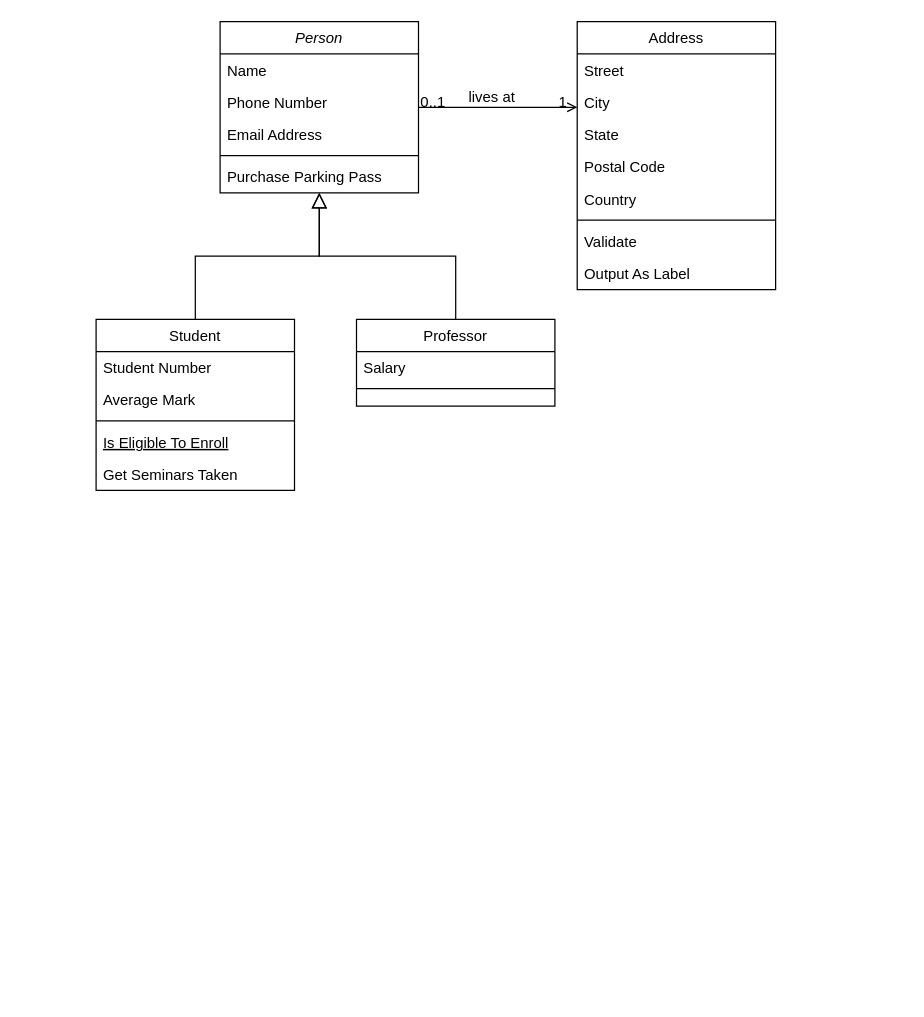
The draw.io diagram Desafio-Iphone-Interface-UML/Diagrama sem nome.drawio in eujacksonsales/dio-desafio-java-basico, before the edit. Source tidied: cells renumbered, new cells numbered last; positions are measured from the earlier drawing's top-left corner, leaving out a move shared by most shapes. Both pictures are drawn from the tidied source at 124%, with x=0, y=0 at pixel (95, 21).
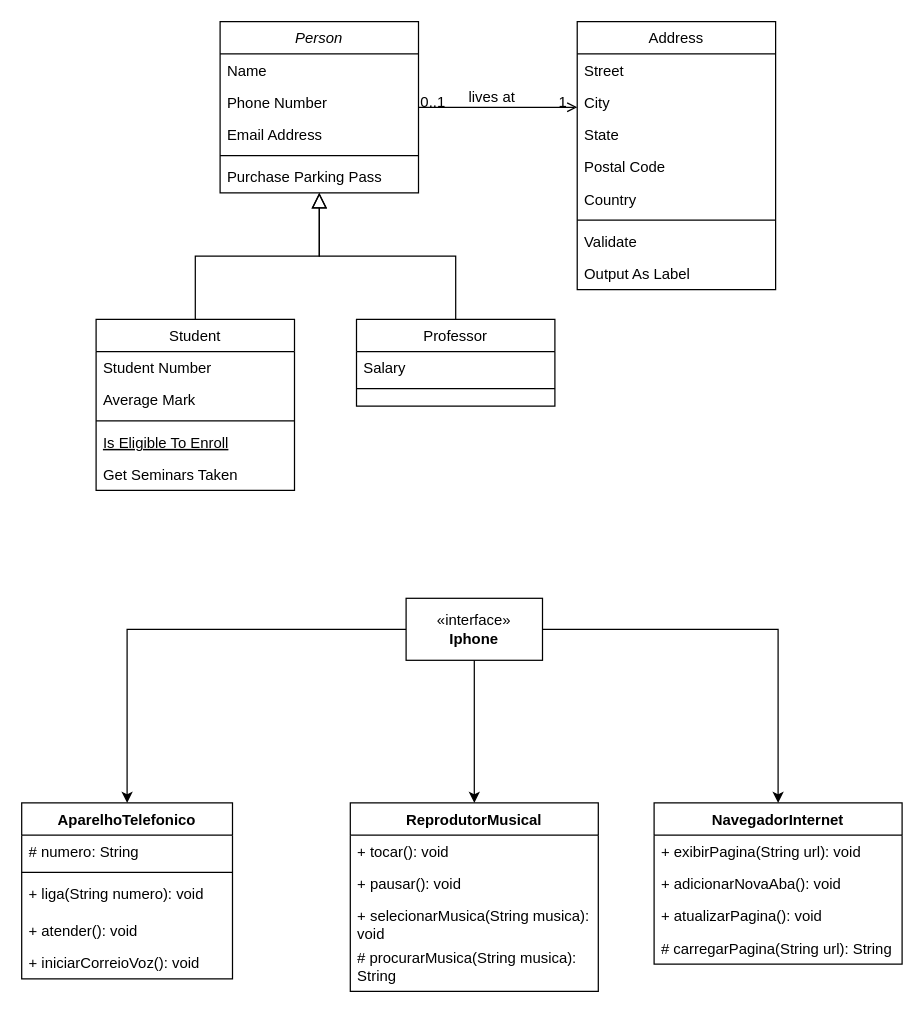
After the change.

Diff of the diagram source:
```diff
@@
+    <mxCell id="32" style="edgeStyle=orthogonalEdgeStyle;rounded=0;jettySize=auto;html=1;entryX=0.5;entryY=0;entryDx=0;entryDy=0;" parent="1" edge="1" source="35" target="41">
+      <mxGeometry relative="1" as="geometry" />
+    </mxCell>
+    <mxCell id="33" style="edgeStyle=orthogonalEdgeStyle;rounded=0;jettySize=auto;html=1;exitX=0.5;exitY=1;exitDx=0;exitDy=0;entryX=0.5;entryY=0;entryDx=0;entryDy=0;" parent="1" edge="1" source="35" target="36">
+      <mxGeometry relative="1" as="geometry" />
+    </mxCell>
+    <mxCell id="34" style="edgeStyle=orthogonalEdgeStyle;rounded=0;jettySize=auto;html=1;exitX=1;exitY=0.5;exitDx=0;exitDy=0;entryX=0.5;entryY=0;entryDx=0;entryDy=0;" parent="1" edge="1" source="35" target="47">
+      <mxGeometry relative="1" as="geometry" />
+    </mxCell>
+    <mxCell id="35" value="«interface»&lt;br&gt;&lt;b&gt;Iphone&lt;/b&gt;" style="html=1;whiteSpace=wrap;" parent="1" vertex="1">
+      <mxGeometry x="250" y="465" width="110" height="50" as="geometry" />
+    </mxCell>
+    <mxCell id="36" value="ReprodutorMusical" style="swimlane;fontStyle=1;align=center;verticalAlign=top;horizontal=1;startSize=26;whiteSpace=wrap;html=1;" parent="1" vertex="1">
+      <mxGeometry x="205" y="630" width="200" height="152" as="geometry" />
+    </mxCell>
+    <mxCell id="37" value="+ tocar(): void" style="text;strokeColor=none;fillColor=none;align=left;verticalAlign=top;spacingLeft=4;spacingRight=4;overflow=hidden;whiteSpace=wrap;html=1;" parent="36" vertex="1">
+      <mxGeometry y="26" width="200" height="26" as="geometry" />
+    </mxCell>
+    <mxCell id="38" value="+ pausar(): void" style="text;strokeColor=none;fillColor=none;align=left;verticalAlign=top;spacingLeft=4;spacingRight=4;overflow=hidden;whiteSpace=wrap;html=1;" parent="36" vertex="1">
+      <mxGeometry y="52" width="200" height="26" as="geometry" />
+    </mxCell>
+    <mxCell id="39" value="+ selecionarMusica(String musica): void" style="text;strokeColor=none;fillColor=none;align=left;verticalAlign=top;spacingLeft=4;spacingRight=4;overflow=hidden;whiteSpace=wrap;html=1;" parent="36" vertex="1">
+      <mxGeometry y="78" width="200" height="34" as="geometry" />
+    </mxCell>
+    <mxCell id="40" value="# procurarMusica(String musica): String" style="text;strokeColor=none;fillColor=none;align=left;verticalAlign=top;spacingLeft=4;spacingRight=4;overflow=hidden;whiteSpace=wrap;html=1;" parent="36" vertex="1">
+      <mxGeometry y="112" width="200" height="40" as="geometry" />
+    </mxCell>
+    <mxCell id="41" value="AparelhoTelefonico" style="swimlane;fontStyle=1;align=center;verticalAlign=top;horizontal=1;startSize=26;whiteSpace=wrap;html=1;" parent="1" vertex="1">
+      <mxGeometry x="-60" y="630" width="170" height="142" as="geometry" />
+    </mxCell>
+    <mxCell id="42" value="# numero: String" style="text;strokeColor=none;fillColor=none;align=left;verticalAlign=top;spacingLeft=4;spacingRight=4;overflow=hidden;whiteSpace=wrap;html=1;" parent="41" vertex="1">
+      <mxGeometry y="26" width="170" height="26" as="geometry" />
+    </mxCell>
+    <mxCell id="43" style="line;strokeWidth=1;fillColor=none;align=left;verticalAlign=middle;spacingTop=-1;spacingLeft=3;spacingRight=3;labelPosition=right;strokeColor=inherit;" parent="41" vertex="1">
+      <mxGeometry y="52" width="170" height="8" as="geometry" />
+    </mxCell>
+    <mxCell id="44" value="+ liga(String numero): void" style="text;strokeColor=none;fillColor=none;align=left;verticalAlign=top;spacingLeft=4;spacingRight=4;overflow=hidden;whiteSpace=wrap;html=1;" parent="41" vertex="1">
+      <mxGeometry y="60" width="170" height="30" as="geometry" />
+    </mxCell>
+    <mxCell id="45" value="+ atender(): void" style="text;strokeColor=none;fillColor=none;align=left;verticalAlign=top;spacingLeft=4;spacingRight=4;overflow=hidden;whiteSpace=wrap;html=1;" parent="41" vertex="1">
+      <mxGeometry y="90" width="170" height="26" as="geometry" />
+    </mxCell>
+    <mxCell id="46" value="+ iniciarCorreioVoz(): void" style="text;strokeColor=none;fillColor=none;align=left;verticalAlign=top;spacingLeft=4;spacingRight=4;overflow=hidden;whiteSpace=wrap;html=1;" parent="41" vertex="1">
+      <mxGeometry y="116" width="170" height="26" as="geometry" />
+    </mxCell>
+    <mxCell id="47" value="NavegadorInternet" style="swimlane;fontStyle=1;align=center;verticalAlign=top;horizontal=1;startSize=26;whiteSpace=wrap;html=1;" parent="1" vertex="1">
+      <mxGeometry x="450" y="630" width="200" height="130" as="geometry" />
+    </mxCell>
+    <mxCell id="48" value="+ exibirPagina(String url): void" style="text;strokeColor=none;fillColor=none;align=left;verticalAlign=top;spacingLeft=4;spacingRight=4;overflow=hidden;whiteSpace=wrap;html=1;" parent="47" vertex="1">
+      <mxGeometry y="26" width="200" height="26" as="geometry" />
+    </mxCell>
+    <mxCell id="49" value="+ adicionarNovaAba(): void" style="text;strokeColor=none;fillColor=none;align=left;verticalAlign=top;spacingLeft=4;spacingRight=4;overflow=hidden;whiteSpace=wrap;html=1;" parent="47" vertex="1">
+      <mxGeometry y="52" width="200" height="26" as="geometry" />
+    </mxCell>
+    <mxCell id="50" value="+ atualizarPagina(): void" style="text;strokeColor=none;fillColor=none;align=left;verticalAlign=top;spacingLeft=4;spacingRight=4;overflow=hidden;whiteSpace=wrap;html=1;" parent="47" vertex="1">
+      <mxGeometry y="78" width="200" height="26" as="geometry" />
+    </mxCell>
+    <mxCell id="51" value="# carregarPagina(String url): String" style="text;strokeColor=none;fillColor=none;align=left;verticalAlign=top;spacingLeft=4;spacingRight=4;overflow=hidden;whiteSpace=wrap;html=1;" parent="47" vertex="1">
+      <mxGeometry y="104" width="200" height="26" as="geometry" />
+    </mxCell>
```
